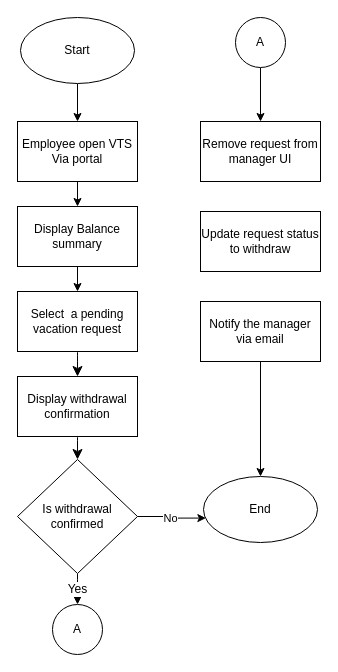
Esraa-Khaled/VACATION_TRACKING_SYSTEM__VTS keeps this draw.io diagram as Uses Cases/Manage Time/Alternative Flows/Withdraw Request/withdraw_request_flow_chart.drawio. Above is the earlier version. Source tidied: cells renumbered, new cells numbered last; positions are measured from the earlier drawing's top-left corner, leaving out a move shared by most shapes. Both pictures are drawn from the tidied source at 100%, with x=0, y=0 at pixel (17, 17).
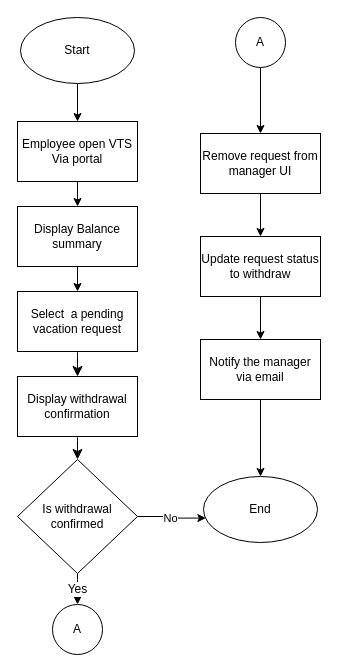
Above is the later version.

Commit message (it also covers changes not shown here):
upload edit/withdraw request flow chart

What changed in the source:
```diff
@@
+    <mxCell id="23" style="edgeStyle=orthogonalEdgeStyle;rounded=0;jettySize=auto;html=1;entryX=0.5;entryY=0;entryDx=0;entryDy=0;defaultLabelBackgroundColor=page;" parent="1" edge="1" source="17" target="18">
+      <mxGeometry relative="1" as="geometry" />
+    </mxCell>
     <mxCell id="17" value="Remove request from manager UI" style="rounded=0;whiteSpace=wrap;html=1;" parent="1" vertex="1">
-      <mxGeometry x="183" y="104" width="120" height="60" as="geometry" />
+      <mxGeometry x="183" y="116" width="120" height="60" as="geometry" />
     </mxCell>
+    <mxCell id="24" style="edgeStyle=orthogonalEdgeStyle;rounded=0;jettySize=auto;html=1;exitX=0.5;exitY=1;exitDx=0;exitDy=0;entryX=0.5;entryY=0;entryDx=0;entryDy=0;defaultLabelBackgroundColor=page;" parent="1" edge="1" source="18" target="20">
+      <mxGeometry relative="1" as="geometry" />
+    </mxCell>
     <mxCell id="18" value="Update request status to withdraw" style="rounded=0;whiteSpace=wrap;html=1;" parent="1" vertex="1">
-      <mxGeometry x="183" y="194" width="120" height="60" as="geometry" />
+      <mxGeometry x="183" y="219" width="120" height="60" as="geometry" />
     </mxCell>
@@
     <mxCell id="20" value="Notify the manager via email" style="rounded=0;whiteSpace=wrap;html=1;" parent="1" vertex="1">
-      <mxGeometry x="183" y="284" width="120" height="60" as="geometry" />
+      <mxGeometry x="183" y="322" width="120" height="60" as="geometry" />
     </mxCell>
```
